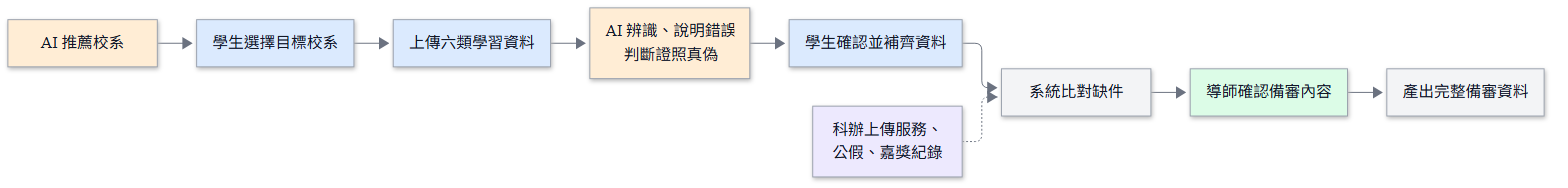
Earlier version of the Mermaid export docs/images/D-15-report-overview.png (vujhdcusa/1028). Its source is kept beside it as docs/images/D-15-report-overview.mmd.
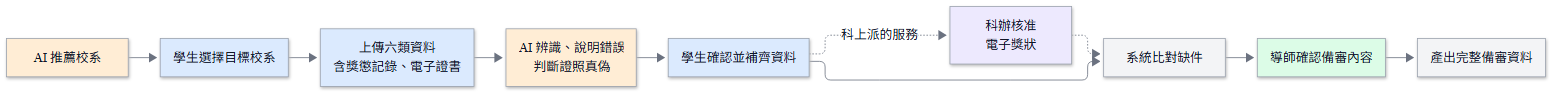
Later version of the same file.

Diff of the diagram source:
```diff
@@ -7,10 +7,11 @@
     classDef ai fill:#FFEDD5,stroke:#9CA3AF,color:#111827,stroke-width:1px;
 
     Recommend[AI 推薦校系]:::ai --> Target[學生選擇目標校系]:::student
-    Target --> Upload[上傳六類學習資料]:::student
+    Target --> Upload[上傳六類資料<br/>含獎懲記錄、電子證書]:::student
     Upload --> Check[AI 辨識、說明錯誤<br/>判斷證照真偽]:::ai
     Check --> Confirm[學生確認並補齊資料]:::student
-    Staff[科辦上傳服務、<br/>公假、嘉獎紀錄]:::staff -.-> Core
+    Confirm -.科上派的服務.-> Staff[科辦核准<br/>電子獎狀]:::staff
+    Staff -.-> Core
     Confirm --> Core[系統比對缺件]:::system
     Core --> Teacher
     Teacher[導師確認備審內容]:::teacher
```
